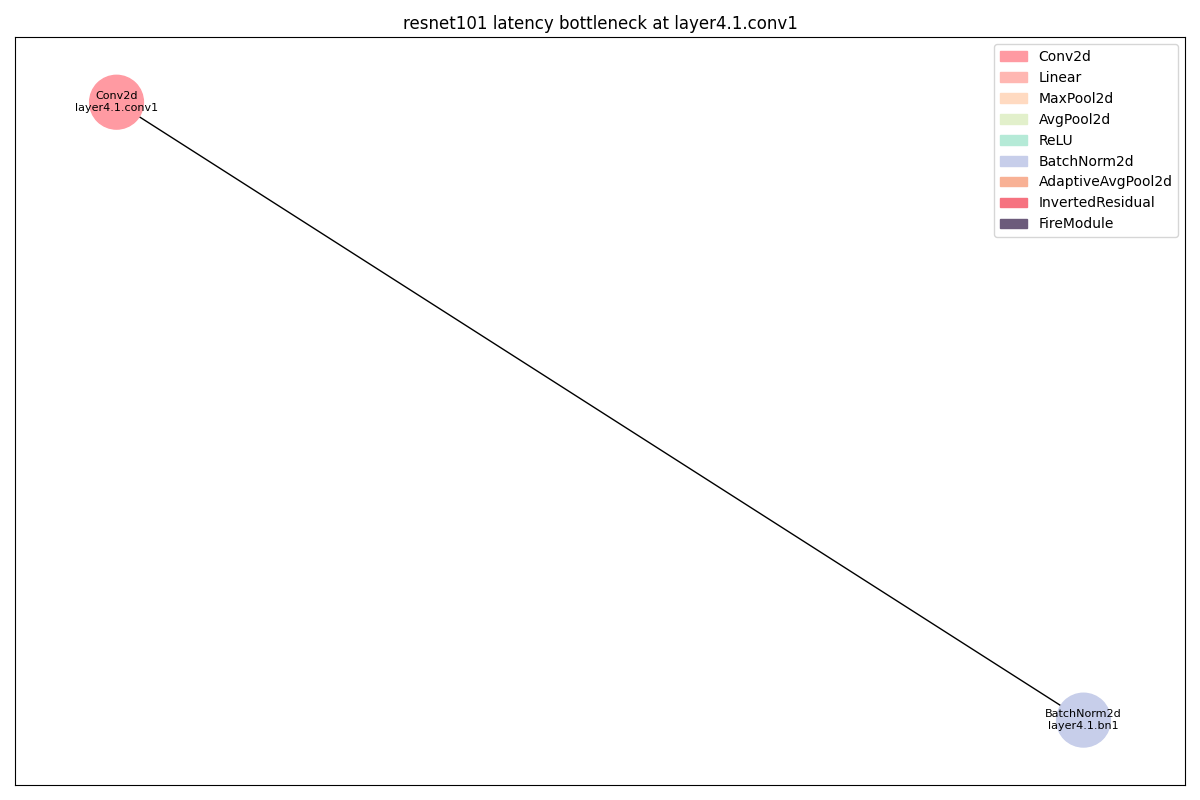
Earlier version of the Graphviz export dags/resnet101_latency_layer4_1_conv1_op.png (11222-Meng/DNN_Bottlen_Layer_Analysis). Its source is kept beside it as dags/resnet101_latency_layer4_1_conv1_op.dot.
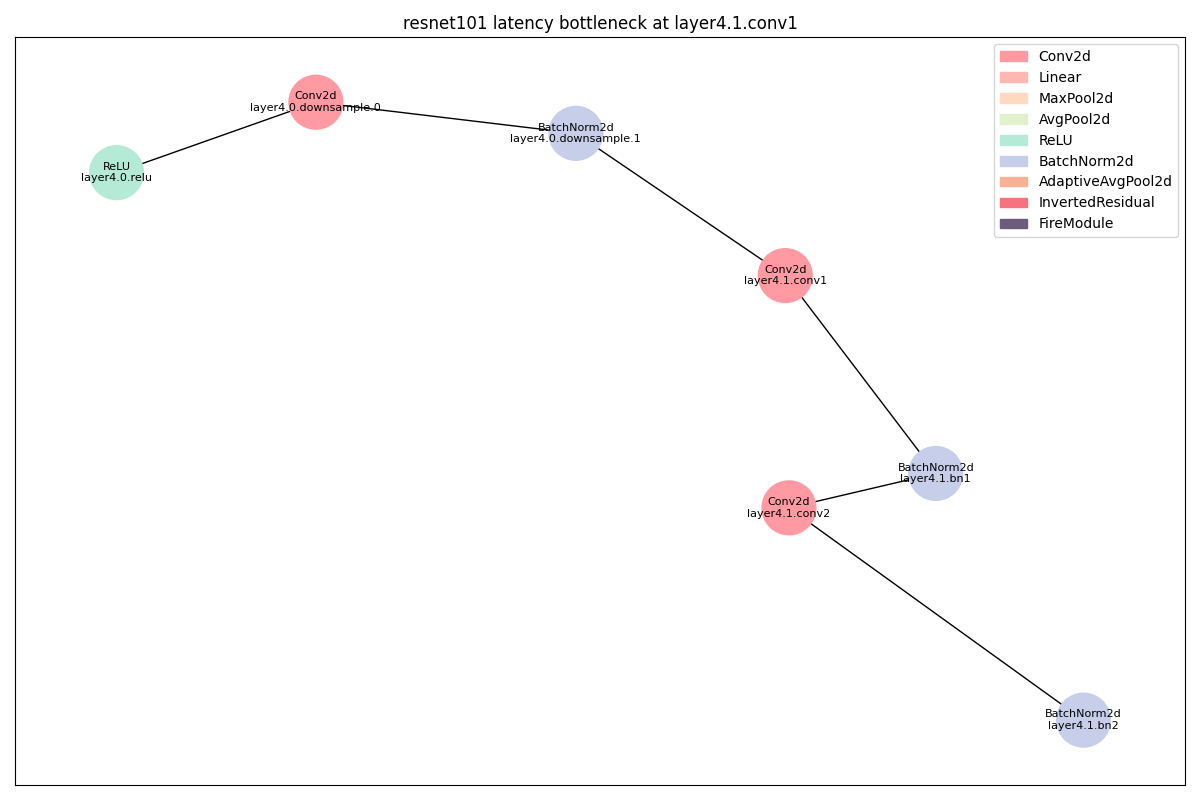
After the commit.

What changed in the source:
```diff
@@ -1,11 +1,36 @@
 strict digraph "" {
+	ReLU_0	[color="#B5EAD7",
+		layer_name="layer4.0.relu",
+		params=0,
+		type=ReLU];
 	Conv2d_0	[color="#FF9AA2",
+		layer_name="layer4.0.downsample.0",
+		params=2097152,
+		type=Conv2d];
+	ReLU_0 -> Conv2d_0;
+	BatchNorm2d_0	[color="#C7CEEA",
+		layer_name="layer4.0.downsample.1",
+		params=4096,
+		type=BatchNorm2d];
+	Conv2d_0 -> BatchNorm2d_0;
+	Conv2d_1	[color="#FF9AA2",
 		layer_name="layer4.1.conv1",
 		params=1048576,
 		type=Conv2d];
-	BatchNorm2d_0	[color="#C7CEEA",
+	BatchNorm2d_0 -> Conv2d_1;
+	BatchNorm2d_1	[color="#C7CEEA",
 		layer_name="layer4.1.bn1",
 		params=1024,
 		type=BatchNorm2d];
-	Conv2d_0 -> BatchNorm2d_0;
+	Conv2d_1 -> BatchNorm2d_1;
+	Conv2d_2	[color="#FF9AA2",
+		layer_name="layer4.1.conv2",
+		params=2359296,
+		type=Conv2d];
+	BatchNorm2d_1 -> Conv2d_2;
+	BatchNorm2d_2	[color="#C7CEEA",
+		layer_name="layer4.1.bn2",
+		params=1024,
+		type=BatchNorm2d];
+	Conv2d_2 -> BatchNorm2d_2;
 }
```
